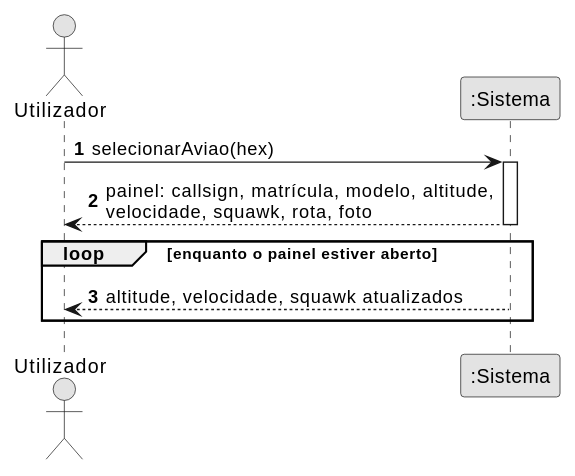
The PlantUML diagram docs/system-documentation/use-cases/US07/svg/ssd_us07.svg in miguelsiilva1/SkyTracer, before a commit.
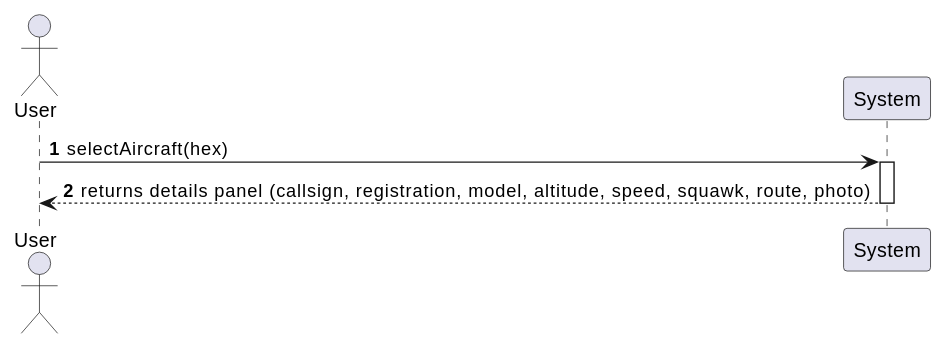
After the commit.

What changed in the source:
```diff
@@ -1,14 +1,10 @@
 @startuml
 autonumber
-skinparam monochrome true
-actor "Utilizador" as U
-participant ":Sistema" as S
+actor "User" as A
+participant "System" as S
 
-U -> S : selecionarAviao(hex)
+A -> S : selectAircraft(hex)
 activate S
-S --> U : painel: callsign, matrícula, modelo, altitude,\nvelocidade, squawk, rota, foto
+S --> A : returns details panel (callsign, registration, model, altitude, speed, squawk, route, photo)
 deactivate S
-loop enquanto o painel estiver aberto
-  S --> U : altitude, velocidade, squawk atualizados
-end
 @enduml
```
